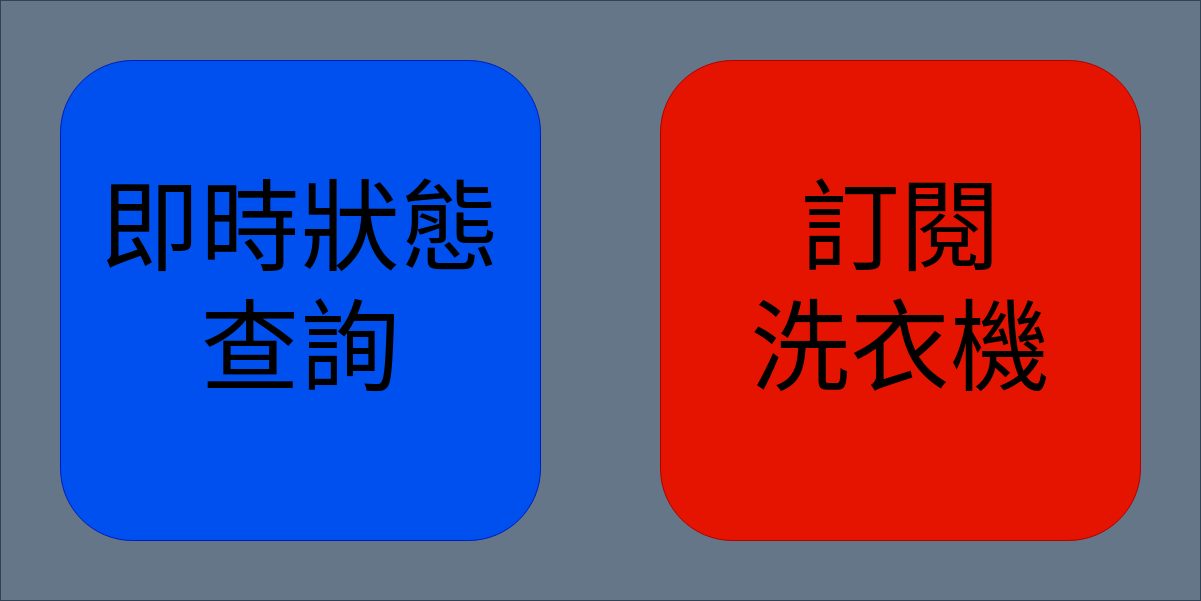
This is img/rich_menu/main.png from CA-Lee/0912, a draw.io export, as it was before one commit. Source tidied: cells renumbered, new cells last; positions are measured from the earlier drawing's top-left corner, leaving out a move shared by most shapes. The source it was exported from:
```xml
<mxGraphModel>
  <root>
    <mxCell id="0" />
    <mxCell id="1" parent="0" />
    <mxCell id="2" style="rounded=0;whiteSpace=wrap;html=1;fillColor=#647687;strokeColor=#314354;fontColor=#ffffff;" parent="1" vertex="1">
      <mxGeometry width="1200" height="600" as="geometry" />
    </mxCell>
    <mxCell id="3" style="rounded=1;whiteSpace=wrap;html=1;fillColor=#0050ef;strokeColor=#001DBC;fontColor=#ffffff;" parent="1" vertex="1">
      <mxGeometry x="60" y="60" width="480" height="480" as="geometry" />
    </mxCell>
    <mxCell id="4" style="rounded=1;whiteSpace=wrap;html=1;fillColor=#e51400;strokeColor=#B20000;fontColor=#ffffff;" parent="1" vertex="1">
      <mxGeometry x="660" y="60" width="480" height="480" as="geometry" />
    </mxCell>
    <mxCell id="5" value="&lt;div style=&quot;font-size: 100px&quot;&gt;&lt;font style=&quot;font-size: 100px&quot;&gt;即時狀態&lt;/font&gt;&lt;/div&gt;&lt;div style=&quot;font-size: 100px&quot;&gt;&lt;font style=&quot;font-size: 100px&quot;&gt;查詢&lt;/font&gt;&lt;/div&gt;" style="text;html=1;strokeColor=none;fillColor=none;align=center;verticalAlign=middle;whiteSpace=wrap;rounded=0;" parent="1" vertex="1">
      <mxGeometry x="60" y="60" width="480" height="480" as="geometry" />
    </mxCell>
    <mxCell id="6" value="&lt;div style=&quot;font-size: 100px&quot;&gt;&lt;font style=&quot;font-size: 100px&quot;&gt;訂閱&lt;/font&gt;&lt;/div&gt;&lt;div style=&quot;font-size: 100px&quot;&gt;&lt;font style=&quot;font-size: 100px&quot;&gt;洗衣機&lt;br&gt;&lt;/font&gt;&lt;/div&gt;" style="text;html=1;strokeColor=none;fillColor=none;align=center;verticalAlign=middle;whiteSpace=wrap;rounded=0;" parent="1" vertex="1">
      <mxGeometry x="660" y="60" width="480" height="480" as="geometry" />
    </mxCell>
  </root>
</mxGraphModel>
```
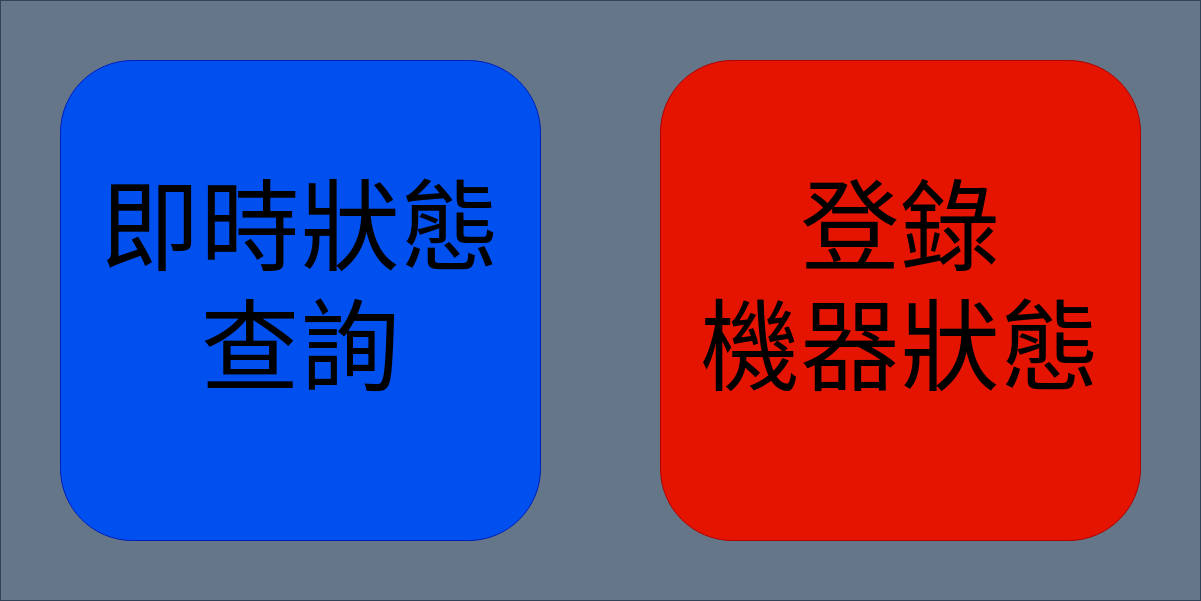
After the commit.

Commit message:
update rich menu main page

Diff of the diagram source:
```diff
@@ -5,17 +5,17 @@
     <mxCell id="2" style="rounded=0;whiteSpace=wrap;html=1;fillColor=#647687;strokeColor=#314354;fontColor=#ffffff;" parent="1" vertex="1">
       <mxGeometry width="1200" height="600" as="geometry" />
     </mxCell>
-    <mxCell id="3" style="rounded=1;whiteSpace=wrap;html=1;fillColor=#0050ef;strokeColor=#001DBC;fontColor=#ffffff;" parent="1" vertex="1">
-      <mxGeometry x="60" y="60" width="480" height="480" as="geometry" />
+    <mxCell id="3" style="rounded=1;whiteSpace=wrap;html=1;fillColor=#e51400;strokeColor=#B20000;fontColor=#ffffff;" parent="1" vertex="1">
+      <mxGeometry x="660" y="60" width="480" height="480" as="geometry" />
     </mxCell>
-    <mxCell id="4" style="rounded=1;whiteSpace=wrap;html=1;fillColor=#e51400;strokeColor=#B20000;fontColor=#ffffff;" parent="1" vertex="1">
-      <mxGeometry x="660" y="60" width="480" height="480" as="geometry" />
+    <mxCell id="4" style="rounded=1;whiteSpace=wrap;html=1;fillColor=#0050ef;strokeColor=#001DBC;fontColor=#ffffff;" parent="1" vertex="1">
+      <mxGeometry x="60" y="60" width="480" height="480" as="geometry" />
     </mxCell>
-    <mxCell id="5" value="&lt;div style=&quot;font-size: 100px&quot;&gt;&lt;font style=&quot;font-size: 100px&quot;&gt;即時狀態&lt;/font&gt;&lt;/div&gt;&lt;div style=&quot;font-size: 100px&quot;&gt;&lt;font style=&quot;font-size: 100px&quot;&gt;查詢&lt;/font&gt;&lt;/div&gt;" style="text;html=1;strokeColor=none;fillColor=none;align=center;verticalAlign=middle;whiteSpace=wrap;rounded=0;" parent="1" vertex="1">
-      <mxGeometry x="60" y="60" width="480" height="480" as="geometry" />
+    <mxCell id="5" value="&lt;div&gt;登錄&lt;/div&gt;&lt;div&gt;機器狀態&lt;/div&gt;" style="text;html=1;strokeColor=none;fillColor=none;align=center;verticalAlign=middle;whiteSpace=wrap;rounded=0;fontSize=100;" parent="1" vertex="1">
+      <mxGeometry x="660" y="60" width="480" height="480" as="geometry" />
     </mxCell>
-    <mxCell id="6" value="&lt;div style=&quot;font-size: 100px&quot;&gt;&lt;font style=&quot;font-size: 100px&quot;&gt;訂閱&lt;/font&gt;&lt;/div&gt;&lt;div style=&quot;font-size: 100px&quot;&gt;&lt;font style=&quot;font-size: 100px&quot;&gt;洗衣機&lt;br&gt;&lt;/font&gt;&lt;/div&gt;" style="text;html=1;strokeColor=none;fillColor=none;align=center;verticalAlign=middle;whiteSpace=wrap;rounded=0;" parent="1" vertex="1">
-      <mxGeometry x="660" y="60" width="480" height="480" as="geometry" />
+    <mxCell id="6" value="即時狀態查詢" style="text;html=1;align=center;verticalAlign=middle;whiteSpace=wrap;rounded=0;fontSize=100;" parent="1" vertex="1">
+      <mxGeometry x="60" y="60" width="480" height="480" as="geometry" />
     </mxCell>
   </root>
 </mxGraphModel>
```
